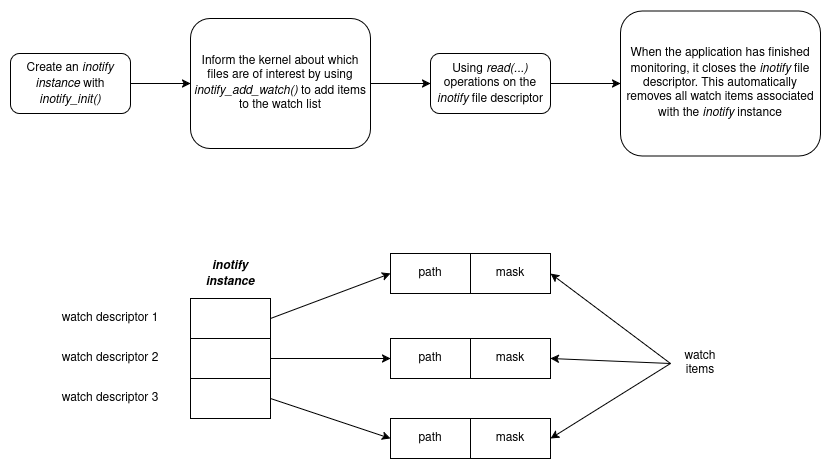
This is docs/assets/inotify_usage.drawio.png from da0p/GithubPage, a draw.io export, as it was before one commit. Source tidied: cells renumbered, new cells last; positions are measured from the earlier drawing's top-left corner, leaving out a move shared by most shapes. The source it was exported from:
```xml
<mxGraphModel>
  <root>
    <mxCell id="0" />
    <mxCell id="1" parent="0" />
    <mxCell id="2" style="edgeStyle=orthogonalEdgeStyle;rounded=0;jettySize=auto;html=1;exitX=1;exitY=0.5;exitDx=0;exitDy=0;entryX=0;entryY=0.5;entryDx=0;entryDy=0;" parent="1" edge="1" source="3" target="5">
      <mxGeometry relative="1" as="geometry" />
    </mxCell>
    <mxCell id="3" value="Create an &lt;i&gt;inotify instance&lt;/i&gt; with&lt;br&gt;&lt;i&gt;inotify_init()&lt;/i&gt;" style="rounded=1;whiteSpace=wrap;html=1;" parent="1" vertex="1">
      <mxGeometry y="43" width="120" height="60" as="geometry" />
    </mxCell>
    <mxCell id="4" style="edgeStyle=orthogonalEdgeStyle;rounded=0;jettySize=auto;html=1;exitX=1;exitY=0.5;exitDx=0;exitDy=0;entryX=0;entryY=0.5;entryDx=0;entryDy=0;" parent="1" edge="1" source="5" target="7">
      <mxGeometry relative="1" as="geometry" />
    </mxCell>
    <mxCell id="5" value="Inform the kernel about which files are of interest by using &lt;i&gt;inotify_add_watch()&lt;/i&gt; to add items to the watch list" style="rounded=1;whiteSpace=wrap;html=1;" parent="1" vertex="1">
      <mxGeometry x="180" y="8" width="180" height="130" as="geometry" />
    </mxCell>
    <mxCell id="6" style="edgeStyle=orthogonalEdgeStyle;rounded=0;jettySize=auto;html=1;exitX=1;exitY=0.5;exitDx=0;exitDy=0;entryX=0;entryY=0.5;entryDx=0;entryDy=0;" parent="1" edge="1" source="7" target="8">
      <mxGeometry relative="1" as="geometry" />
    </mxCell>
    <mxCell id="7" value="Using &lt;i&gt;read(...)&lt;/i&gt; operations on the &lt;i&gt;inotify&lt;/i&gt; file descriptor" style="rounded=1;whiteSpace=wrap;html=1;" parent="1" vertex="1">
      <mxGeometry x="420" y="43" width="120" height="60" as="geometry" />
    </mxCell>
    <mxCell id="8" value="When the application has finished monitoring, it closes the &lt;i&gt;inotify&lt;/i&gt; file descriptor. This automatically removes all watch items associated with the &lt;i&gt;inotify&lt;/i&gt; instance" style="rounded=1;whiteSpace=wrap;html=1;" parent="1" vertex="1">
      <mxGeometry x="610" y="0.5" width="200" height="145" as="geometry" />
    </mxCell>
    <mxCell id="9" style="rounded=0;whiteSpace=wrap;html=1;" parent="1" vertex="1">
      <mxGeometry x="180" y="288" width="80" height="40" as="geometry" />
    </mxCell>
    <mxCell id="10" value="&lt;b&gt;&lt;i&gt;inotify instance&lt;/i&gt;&lt;/b&gt;" style="text;html=1;align=center;verticalAlign=middle;whiteSpace=wrap;rounded=0;" parent="1" vertex="1">
      <mxGeometry x="190" y="248" width="60" height="30" as="geometry" />
    </mxCell>
    <mxCell id="11" style="rounded=0;whiteSpace=wrap;html=1;" parent="1" vertex="1">
      <mxGeometry x="180" y="328" width="80" height="40" as="geometry" />
    </mxCell>
    <mxCell id="12" style="rounded=0;whiteSpace=wrap;html=1;" parent="1" vertex="1">
      <mxGeometry x="180" y="368" width="80" height="40" as="geometry" />
    </mxCell>
    <mxCell id="13" value="watch descriptor 1" style="text;html=1;align=center;verticalAlign=middle;whiteSpace=wrap;rounded=0;" parent="1" vertex="1">
      <mxGeometry x="20" y="293" width="160" height="30" as="geometry" />
    </mxCell>
    <mxCell id="14" value="watch descriptor 2" style="text;html=1;align=center;verticalAlign=middle;whiteSpace=wrap;rounded=0;" parent="1" vertex="1">
      <mxGeometry x="20" y="333" width="160" height="30" as="geometry" />
    </mxCell>
    <mxCell id="15" value="watch descriptor 3" style="text;html=1;align=center;verticalAlign=middle;whiteSpace=wrap;rounded=0;" parent="1" vertex="1">
      <mxGeometry x="20" y="373" width="160" height="30" as="geometry" />
    </mxCell>
    <mxCell id="16" value="path" style="rounded=0;whiteSpace=wrap;html=1;" parent="1" vertex="1">
      <mxGeometry x="380" y="243" width="80" height="40" as="geometry" />
    </mxCell>
    <mxCell id="17" value="mask" style="rounded=0;whiteSpace=wrap;html=1;" parent="1" vertex="1">
      <mxGeometry x="460" y="243" width="80" height="40" as="geometry" />
    </mxCell>
    <mxCell id="18" value="path" style="rounded=0;whiteSpace=wrap;html=1;" parent="1" vertex="1">
      <mxGeometry x="380" y="328" width="80" height="40" as="geometry" />
    </mxCell>
    <mxCell id="19" value="mask" style="rounded=0;whiteSpace=wrap;html=1;" parent="1" vertex="1">
      <mxGeometry x="460" y="328" width="80" height="40" as="geometry" />
    </mxCell>
    <mxCell id="20" value="path" style="rounded=0;whiteSpace=wrap;html=1;" parent="1" vertex="1">
      <mxGeometry x="380" y="408" width="80" height="40" as="geometry" />
    </mxCell>
    <mxCell id="21" value="mask" style="rounded=0;whiteSpace=wrap;html=1;" parent="1" vertex="1">
      <mxGeometry x="460" y="408" width="80" height="40" as="geometry" />
    </mxCell>
    <mxCell id="22" style="endArrow=classic;html=1;rounded=0;exitX=1;exitY=0.5;exitDx=0;exitDy=0;entryX=0;entryY=0.5;entryDx=0;entryDy=0;" parent="1" edge="1" source="9" target="16">
      <mxGeometry relative="1" as="geometry" />
    </mxCell>
    <mxCell id="23" style="endArrow=classic;html=1;rounded=0;exitX=1;exitY=0.5;exitDx=0;exitDy=0;entryX=0;entryY=0.5;entryDx=0;entryDy=0;" parent="1" edge="1" source="11" target="18">
      <mxGeometry relative="1" as="geometry" />
    </mxCell>
    <mxCell id="24" style="endArrow=classic;html=1;rounded=0;exitX=1;exitY=0.5;exitDx=0;exitDy=0;entryX=0;entryY=0.5;entryDx=0;entryDy=0;" parent="1" edge="1" source="12" target="20">
      <mxGeometry relative="1" as="geometry" />
    </mxCell>
    <mxCell id="25" value="watch items" style="text;html=1;align=center;verticalAlign=middle;whiteSpace=wrap;rounded=0;" parent="1" vertex="1">
      <mxGeometry x="660" y="338" width="60" height="30" as="geometry" />
    </mxCell>
    <mxCell id="26" style="endArrow=classic;html=1;rounded=0;entryX=1;entryY=0.5;entryDx=0;entryDy=0;exitX=0;exitY=0.5;exitDx=0;exitDy=0;" parent="1" edge="1" source="25" target="17">
      <mxGeometry relative="1" as="geometry" />
    </mxCell>
    <mxCell id="27" style="endArrow=classic;html=1;rounded=0;entryX=1;entryY=0.5;entryDx=0;entryDy=0;exitX=0;exitY=0.5;exitDx=0;exitDy=0;" parent="1" edge="1" source="25" target="19">
      <mxGeometry relative="1" as="geometry" />
    </mxCell>
    <mxCell id="28" style="endArrow=classic;html=1;rounded=0;entryX=1;entryY=0.5;entryDx=0;entryDy=0;exitX=0;exitY=0.5;exitDx=0;exitDy=0;" parent="1" edge="1" source="25" target="21">
      <mxGeometry relative="1" as="geometry" />
    </mxCell>
  </root>
</mxGraphModel>
```
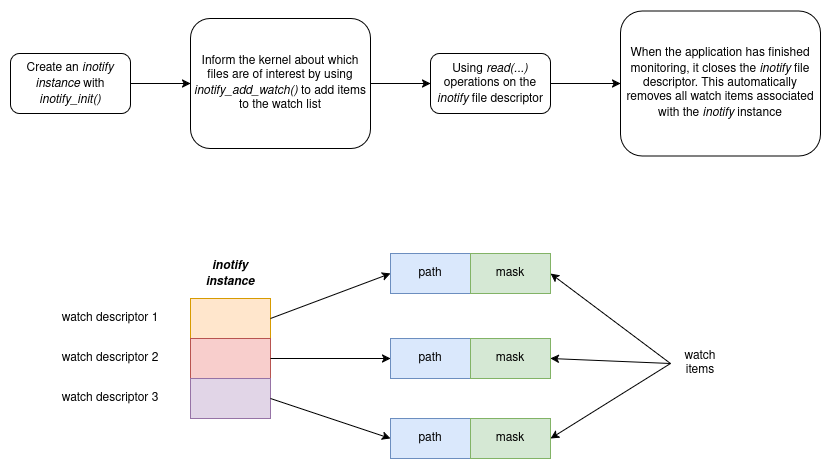
The same diagram one commit later.

What changed in the source:
```diff
@@ -23,16 +23,16 @@
     <mxCell id="8" value="When the application has finished monitoring, it closes the &lt;i&gt;inotify&lt;/i&gt; file descriptor. This automatically removes all watch items associated with the &lt;i&gt;inotify&lt;/i&gt; instance" style="rounded=1;whiteSpace=wrap;html=1;" parent="1" vertex="1">
       <mxGeometry x="610" y="0.5" width="200" height="145" as="geometry" />
     </mxCell>
-    <mxCell id="9" style="rounded=0;whiteSpace=wrap;html=1;" parent="1" vertex="1">
+    <mxCell id="9" style="rounded=0;whiteSpace=wrap;html=1;fillColor=#ffe6cc;strokeColor=#d79b00;" parent="1" vertex="1">
       <mxGeometry x="180" y="288" width="80" height="40" as="geometry" />
     </mxCell>
     <mxCell id="10" value="&lt;b&gt;&lt;i&gt;inotify instance&lt;/i&gt;&lt;/b&gt;" style="text;html=1;align=center;verticalAlign=middle;whiteSpace=wrap;rounded=0;" parent="1" vertex="1">
       <mxGeometry x="190" y="248" width="60" height="30" as="geometry" />
     </mxCell>
-    <mxCell id="11" style="rounded=0;whiteSpace=wrap;html=1;" parent="1" vertex="1">
+    <mxCell id="11" style="rounded=0;whiteSpace=wrap;html=1;fillColor=#f8cecc;strokeColor=#b85450;" parent="1" vertex="1">
       <mxGeometry x="180" y="328" width="80" height="40" as="geometry" />
     </mxCell>
-    <mxCell id="12" style="rounded=0;whiteSpace=wrap;html=1;" parent="1" vertex="1">
+    <mxCell id="12" style="rounded=0;whiteSpace=wrap;html=1;fillColor=#e1d5e7;strokeColor=#9673a6;" parent="1" vertex="1">
       <mxGeometry x="180" y="368" width="80" height="40" as="geometry" />
     </mxCell>
     <mxCell id="13" value="watch descriptor 1" style="text;html=1;align=center;verticalAlign=middle;whiteSpace=wrap;rounded=0;" parent="1" vertex="1">
@@ -44,22 +44,22 @@
     <mxCell id="15" value="watch descriptor 3" style="text;html=1;align=center;verticalAlign=middle;whiteSpace=wrap;rounded=0;" parent="1" vertex="1">
       <mxGeometry x="20" y="373" width="160" height="30" as="geometry" />
     </mxCell>
-    <mxCell id="16" value="path" style="rounded=0;whiteSpace=wrap;html=1;" parent="1" vertex="1">
+    <mxCell id="16" value="path" style="rounded=0;whiteSpace=wrap;html=1;fillColor=#dae8fc;strokeColor=#6c8ebf;" parent="1" vertex="1">
       <mxGeometry x="380" y="243" width="80" height="40" as="geometry" />
     </mxCell>
-    <mxCell id="17" value="mask" style="rounded=0;whiteSpace=wrap;html=1;" parent="1" vertex="1">
+    <mxCell id="17" value="mask" style="rounded=0;whiteSpace=wrap;html=1;fillColor=#d5e8d4;strokeColor=#82b366;" parent="1" vertex="1">
       <mxGeometry x="460" y="243" width="80" height="40" as="geometry" />
     </mxCell>
-    <mxCell id="18" value="path" style="rounded=0;whiteSpace=wrap;html=1;" parent="1" vertex="1">
+    <mxCell id="18" value="path" style="rounded=0;whiteSpace=wrap;html=1;fillColor=#dae8fc;strokeColor=#6c8ebf;" parent="1" vertex="1">
       <mxGeometry x="380" y="328" width="80" height="40" as="geometry" />
     </mxCell>
-    <mxCell id="19" value="mask" style="rounded=0;whiteSpace=wrap;html=1;" parent="1" vertex="1">
+    <mxCell id="19" value="mask" style="rounded=0;whiteSpace=wrap;html=1;fillColor=#d5e8d4;strokeColor=#82b366;" parent="1" vertex="1">
       <mxGeometry x="460" y="328" width="80" height="40" as="geometry" />
     </mxCell>
-    <mxCell id="20" value="path" style="rounded=0;whiteSpace=wrap;html=1;" parent="1" vertex="1">
+    <mxCell id="20" value="path" style="rounded=0;whiteSpace=wrap;html=1;fillColor=#dae8fc;strokeColor=#6c8ebf;" parent="1" vertex="1">
       <mxGeometry x="380" y="408" width="80" height="40" as="geometry" />
     </mxCell>
-    <mxCell id="21" value="mask" style="rounded=0;whiteSpace=wrap;html=1;" parent="1" vertex="1">
+    <mxCell id="21" value="mask" style="rounded=0;whiteSpace=wrap;html=1;fillColor=#d5e8d4;strokeColor=#82b366;" parent="1" vertex="1">
       <mxGeometry x="460" y="408" width="80" height="40" as="geometry" />
     </mxCell>
     <mxCell id="22" style="endArrow=classic;html=1;rounded=0;exitX=1;exitY=0.5;exitDx=0;exitDy=0;entryX=0;entryY=0.5;entryDx=0;entryDy=0;" parent="1" edge="1" source="9" target="16">
```
